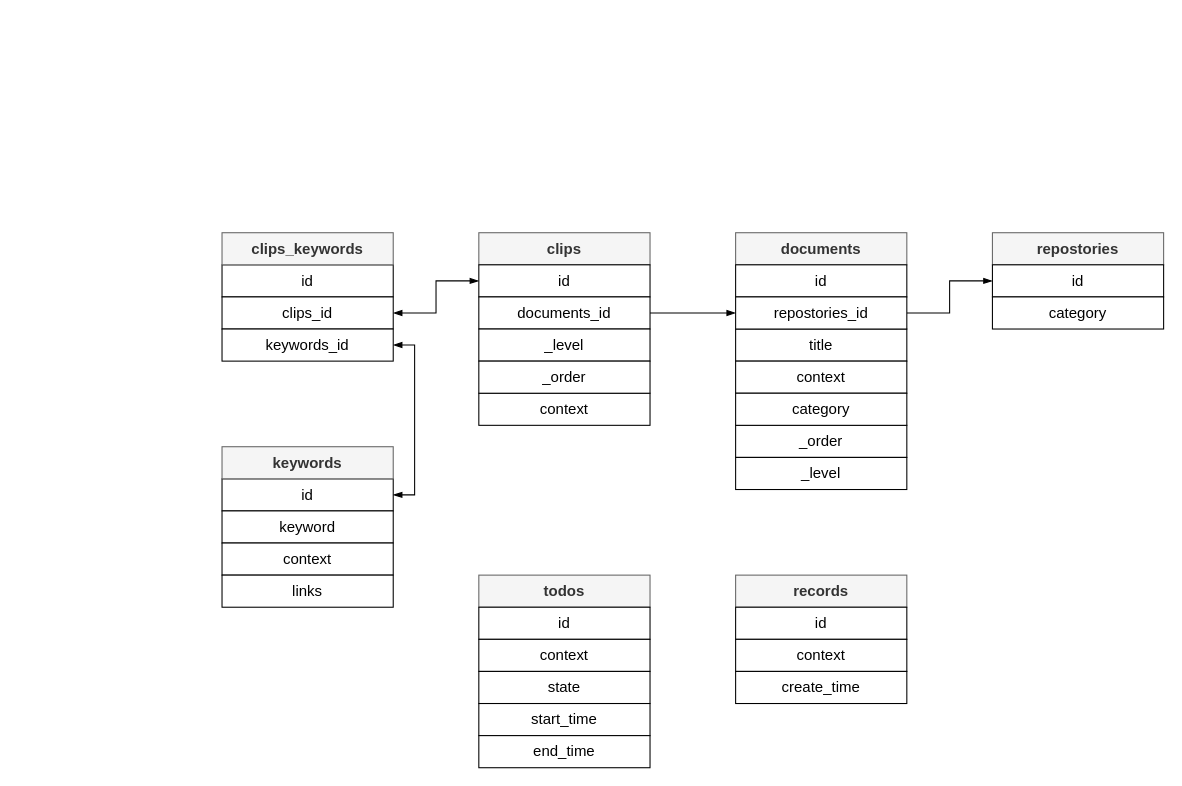
creatern/NoteBook keeps this draw.io diagram as page "E-R" (3 of 3) of Projects/captin/captin.drawio. Above is the earlier version. Source tidied: cells renumbered, new cells numbered last; positions are measured from the earlier drawing's top-left corner, leaving out a move shared by most shapes. Both pictures are drawn from the tidied source at 107%, with x=0, y=0 at pixel (221, 232).
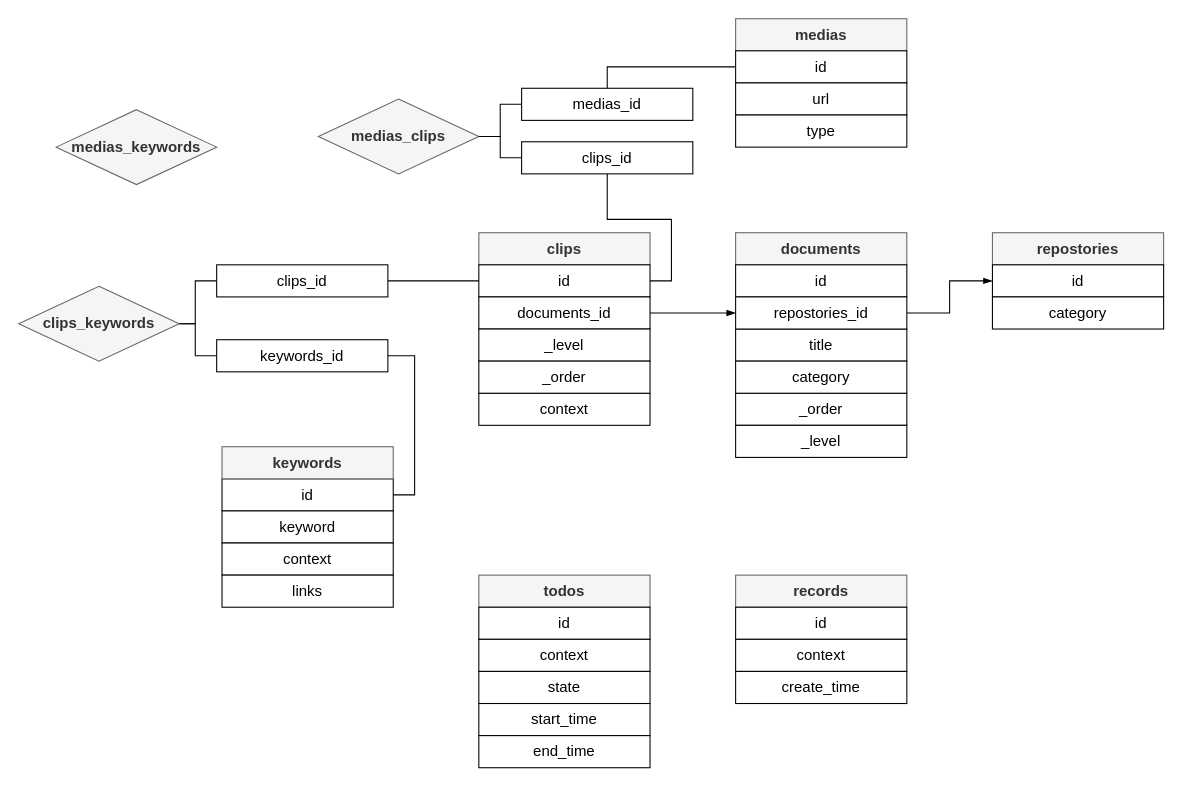
After the change.

The change refers to these unchanged cells:
```xml
<mxCell id="15" value="id" style="rounded=0;whiteSpace=wrap;html=1;fontFamily=Helvetica;fontSize=14;labelBackgroundColor=none;" parent="1" vertex="1">
  <mxGeometry y="230" width="160" height="30" as="geometry" />
</mxCell>
<mxCell id="32" value="id" style="rounded=0;whiteSpace=wrap;html=1;fontFamily=Helvetica;fontSize=14;labelBackgroundColor=none;" parent="1" vertex="1">
  <mxGeometry x="240" y="30" width="160" height="30" as="geometry" />
</mxCell>
```

The edit, as a diff of the source:
```diff
@@
-    <mxCell id="14" value="context" style="rounded=0;whiteSpace=wrap;html=1;fontFamily=Helvetica;fontSize=14;labelBackgroundColor=none;" parent="1" vertex="1">
-      <mxGeometry x="480" y="120" width="160" height="30" as="geometry" />
-    </mxCell>
@@
-    <mxCell id="18" value="id" style="rounded=0;whiteSpace=wrap;html=1;fontFamily=Helvetica;fontSize=14;labelBackgroundColor=none;" parent="1" vertex="1">
-      <mxGeometry y="30" width="160" height="30" as="geometry" />
-    </mxCell>
@@
-    <mxCell id="20" value="clips_keywords" style="rounded=0;whiteSpace=wrap;html=1;fontFamily=Helvetica;fontSize=14;fontColor=#333333;labelBackgroundColor=none;fillColor=#f5f5f5;strokeColor=#666666;fontStyle=1;" parent="1" vertex="1">
-      <mxGeometry width="160" height="30" as="geometry" />
-    </mxCell>
-    <mxCell id="21" style="edgeStyle=orthogonalEdgeStyle;rounded=0;jettySize=auto;html=1;exitX=1;exitY=0.5;exitDx=0;exitDy=0;entryX=0;entryY=0.5;entryDx=0;entryDy=0;strokeColor=default;strokeWidth=1;align=center;verticalAlign=middle;fontFamily=Helvetica;fontSize=11;fontColor=default;labelBackgroundColor=default;endArrow=blockThin;endFill=1;startArrow=blockThin;startFill=1;" parent="1" edge="1" source="22" target="32">
+    <mxCell id="21" style="edgeStyle=orthogonalEdgeStyle;rounded=0;jettySize=auto;html=1;exitX=1;exitY=0.5;exitDx=0;exitDy=0;entryX=0;entryY=0.5;entryDx=0;entryDy=0;strokeColor=default;strokeWidth=1;align=center;verticalAlign=middle;fontFamily=Helvetica;fontSize=11;fontColor=default;labelBackgroundColor=default;endArrow=none;endFill=0;startArrow=none;startFill=0;" parent="1" edge="1" source="22" target="32">
       <mxGeometry relative="1" as="geometry" />
     </mxCell>
+    <mxCell id="42" style="edgeStyle=orthogonalEdgeStyle;rounded=0;jettySize=auto;html=1;exitX=0;exitY=0.5;exitDx=0;exitDy=0;entryX=1;entryY=0.5;entryDx=0;entryDy=0;strokeColor=default;align=center;verticalAlign=middle;fontFamily=Helvetica;fontSize=11;fontColor=default;labelBackgroundColor=default;endArrow=none;endFill=0;" parent="1" edge="1" source="22" target="20">
+      <mxGeometry relative="1" as="geometry">
+        <Array as="points">
+          <mxPoint x="-25" y="45" />
+          <mxPoint x="-25" y="85" />
+        </Array>
+      </mxGeometry>
+    </mxCell>
     <mxCell id="22" value="clips_id" style="rounded=0;whiteSpace=wrap;html=1;fontFamily=Helvetica;fontSize=14;labelBackgroundColor=none;" parent="1" vertex="1">
-      <mxGeometry y="60" width="160" height="30" as="geometry" />
+      <mxGeometry x="-5" y="30" width="160" height="30" as="geometry" />
     </mxCell>
-    <mxCell id="23" style="edgeStyle=orthogonalEdgeStyle;rounded=0;jettySize=auto;html=1;exitX=1;exitY=0.5;exitDx=0;exitDy=0;entryX=1;entryY=0.5;entryDx=0;entryDy=0;strokeColor=default;strokeWidth=1;align=center;verticalAlign=middle;fontFamily=Helvetica;fontSize=11;fontColor=default;labelBackgroundColor=default;endArrow=blockThin;endFill=1;startArrow=blockThin;startFill=1;" parent="1" edge="1" source="24" target="15">
+    <mxCell id="23" style="edgeStyle=orthogonalEdgeStyle;rounded=0;jettySize=auto;html=1;exitX=1;exitY=0.5;exitDx=0;exitDy=0;entryX=1;entryY=0.5;entryDx=0;entryDy=0;strokeColor=default;strokeWidth=1;align=center;verticalAlign=middle;fontFamily=Helvetica;fontSize=11;fontColor=default;labelBackgroundColor=default;endArrow=none;endFill=0;startArrow=none;startFill=0;" parent="1" edge="1" source="24" target="15">
       <mxGeometry relative="1" as="geometry" />
     </mxCell>
+    <mxCell id="43" style="edgeStyle=orthogonalEdgeStyle;rounded=0;jettySize=auto;html=1;exitX=0;exitY=0.5;exitDx=0;exitDy=0;entryX=1;entryY=0.5;entryDx=0;entryDy=0;strokeColor=default;align=center;verticalAlign=middle;fontFamily=Helvetica;fontSize=11;fontColor=default;labelBackgroundColor=default;endArrow=none;endFill=0;" parent="1" edge="1" source="24" target="20">
+      <mxGeometry relative="1" as="geometry" />
+    </mxCell>
     <mxCell id="24" value="keywords_id" style="rounded=0;whiteSpace=wrap;html=1;fontFamily=Helvetica;fontSize=14;labelBackgroundColor=none;" parent="1" vertex="1">
-      <mxGeometry y="90" width="160" height="30" as="geometry" />
+      <mxGeometry x="-5" y="100" width="160" height="30" as="geometry" />
     </mxCell>
@@
+    <mxCell id="44" style="edgeStyle=orthogonalEdgeStyle;rounded=0;jettySize=auto;html=1;exitX=1;exitY=0.5;exitDx=0;exitDy=0;entryX=0.5;entryY=1;entryDx=0;entryDy=0;strokeColor=default;align=center;verticalAlign=middle;fontFamily=Helvetica;fontSize=11;fontColor=default;labelBackgroundColor=default;endArrow=none;endFill=0;" parent="1" edge="1" source="32" target="51">
+      <mxGeometry relative="1" as="geometry" />
+    </mxCell>
@@
     <mxCell id="39" value="_order" style="rounded=0;whiteSpace=wrap;html=1;fontFamily=Helvetica;fontSize=14;labelBackgroundColor=none;" parent="1" vertex="1">
-      <mxGeometry x="480" y="180" width="160" height="30" as="geometry" />
+      <mxGeometry x="480" y="150" width="160" height="30" as="geometry" />
     </mxCell>
     <mxCell id="40" value="_level" style="rounded=0;whiteSpace=wrap;html=1;fontFamily=Helvetica;fontSize=14;labelBackgroundColor=none;" parent="1" vertex="1">
-      <mxGeometry x="480" y="210" width="160" height="30" as="geometry" />
+      <mxGeometry x="480" y="180" width="160" height="30" as="geometry" />
     </mxCell>
     <mxCell id="41" value="category" style="rounded=0;whiteSpace=wrap;html=1;fontFamily=Helvetica;fontSize=14;labelBackgroundColor=none;" parent="1" vertex="1">
-      <mxGeometry x="480" y="150" width="160" height="30" as="geometry" />
+      <mxGeometry x="480" y="120" width="160" height="30" as="geometry" />
     </mxCell>
+    <mxCell id="45" value="medias" style="rounded=0;whiteSpace=wrap;html=1;fontFamily=Helvetica;fontSize=14;fontColor=#333333;labelBackgroundColor=none;fontStyle=1;fillColor=#f5f5f5;strokeColor=#666666;" parent="1" vertex="1">
+      <mxGeometry x="480" y="-200" width="160" height="30" as="geometry" />
+    </mxCell>
+    <mxCell id="46" style="edgeStyle=orthogonalEdgeStyle;rounded=0;jettySize=auto;html=1;exitX=0;exitY=0.5;exitDx=0;exitDy=0;entryX=0.5;entryY=0;entryDx=0;entryDy=0;strokeColor=default;align=center;verticalAlign=middle;fontFamily=Helvetica;fontSize=11;fontColor=default;labelBackgroundColor=default;endArrow=none;endFill=0;" parent="1" edge="1" source="18" target="53">
+      <mxGeometry relative="1" as="geometry" />
+    </mxCell>
+    <mxCell id="18" value="id" style="rounded=0;whiteSpace=wrap;html=1;fontFamily=Helvetica;fontSize=14;labelBackgroundColor=none;" parent="1" vertex="1">
+      <mxGeometry x="480" y="-170" width="160" height="30" as="geometry" />
+    </mxCell>
+    <mxCell id="47" value="url" style="rounded=0;whiteSpace=wrap;html=1;fontFamily=Helvetica;fontSize=14;labelBackgroundColor=none;" parent="1" vertex="1">
+      <mxGeometry x="480" y="-140" width="160" height="30" as="geometry" />
+    </mxCell>
+    <mxCell id="48" value="type" style="rounded=0;whiteSpace=wrap;html=1;fontFamily=Helvetica;fontSize=14;labelBackgroundColor=none;" parent="1" vertex="1">
+      <mxGeometry x="480" y="-110" width="160" height="30" as="geometry" />
+    </mxCell>
+    <mxCell id="20" value="&lt;span style=&quot;color: rgb(51, 51, 51); font-size: 14px; font-weight: 700;&quot;&gt;clips_keywords&lt;/span&gt;" style="rhombus;whiteSpace=wrap;html=1;fillColor=#f5f5f5;fontColor=#333333;strokeColor=#666666;" parent="1" vertex="1">
+      <mxGeometry x="-190" y="50" width="150" height="70" as="geometry" />
+    </mxCell>
+    <mxCell id="49" value="&lt;span style=&quot;color: rgb(51, 51, 51); font-size: 14px; font-weight: 700;&quot;&gt;medias_clips&lt;/span&gt;" style="rhombus;whiteSpace=wrap;html=1;fillColor=#f5f5f5;fontColor=#333333;strokeColor=#666666;" parent="1" vertex="1">
+      <mxGeometry x="90" y="-125" width="150" height="70" as="geometry" />
+    </mxCell>
+    <mxCell id="50" style="edgeStyle=orthogonalEdgeStyle;rounded=0;jettySize=auto;html=1;exitX=0;exitY=0.5;exitDx=0;exitDy=0;strokeColor=default;align=center;verticalAlign=middle;fontFamily=Helvetica;fontSize=11;fontColor=default;labelBackgroundColor=default;endArrow=none;endFill=0;entryX=1;entryY=0.5;entryDx=0;entryDy=0;" parent="1" edge="1" source="51" target="49">
+      <mxGeometry relative="1" as="geometry">
+        <Array as="points">
+          <mxPoint x="260" y="-70" />
+          <mxPoint x="260" y="-90" />
+        </Array>
+      </mxGeometry>
+    </mxCell>
+    <mxCell id="51" value="clips_id" style="rounded=0;whiteSpace=wrap;html=1;fontFamily=Helvetica;fontSize=14;labelBackgroundColor=none;" parent="1" vertex="1">
+      <mxGeometry x="280" y="-85" width="160" height="30" as="geometry" />
+    </mxCell>
+    <mxCell id="52" style="edgeStyle=orthogonalEdgeStyle;rounded=0;jettySize=auto;html=1;exitX=0;exitY=0.5;exitDx=0;exitDy=0;entryX=1;entryY=0.5;entryDx=0;entryDy=0;strokeColor=default;align=center;verticalAlign=middle;fontFamily=Helvetica;fontSize=11;fontColor=default;labelBackgroundColor=default;endArrow=none;endFill=0;" parent="1" edge="1" source="53" target="49">
+      <mxGeometry relative="1" as="geometry">
+        <Array as="points">
+          <mxPoint x="260" y="-120" />
+          <mxPoint x="260" y="-90" />
+        </Array>
+      </mxGeometry>
+    </mxCell>
+    <mxCell id="53" value="medias_id" style="rounded=0;whiteSpace=wrap;html=1;fontFamily=Helvetica;fontSize=14;labelBackgroundColor=none;" parent="1" vertex="1">
+      <mxGeometry x="280" y="-135" width="160" height="30" as="geometry" />
+    </mxCell>
+    <mxCell id="54" value="&lt;span style=&quot;color: rgb(51, 51, 51); font-size: 14px; font-weight: 700;&quot;&gt;medias_keywords&lt;/span&gt;" style="rhombus;whiteSpace=wrap;html=1;fillColor=#f5f5f5;fontColor=#333333;strokeColor=#666666;" parent="1" vertex="1">
+      <mxGeometry x="-155" y="-115" width="150" height="70" as="geometry" />
+    </mxCell>
```
